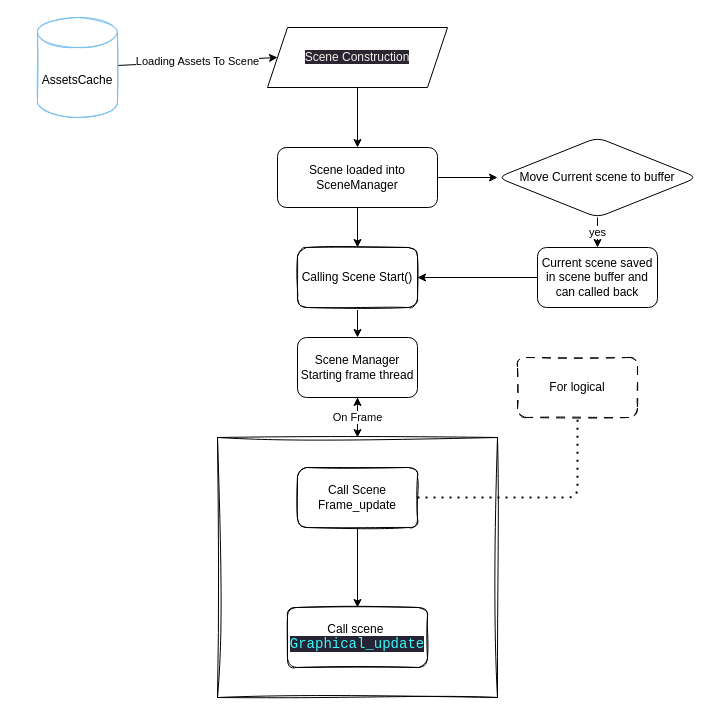
The draw.io diagram Docs/Sences.drawio in nadav26740/GamePI, before the edit. Source tidied: cells renumbered, new cells numbered last; positions are measured from the earlier drawing's top-left corner, leaving out a move shared by most shapes. Both pictures are drawn from the tidied source at 100%, with x=0, y=0 at pixel (37, 17).
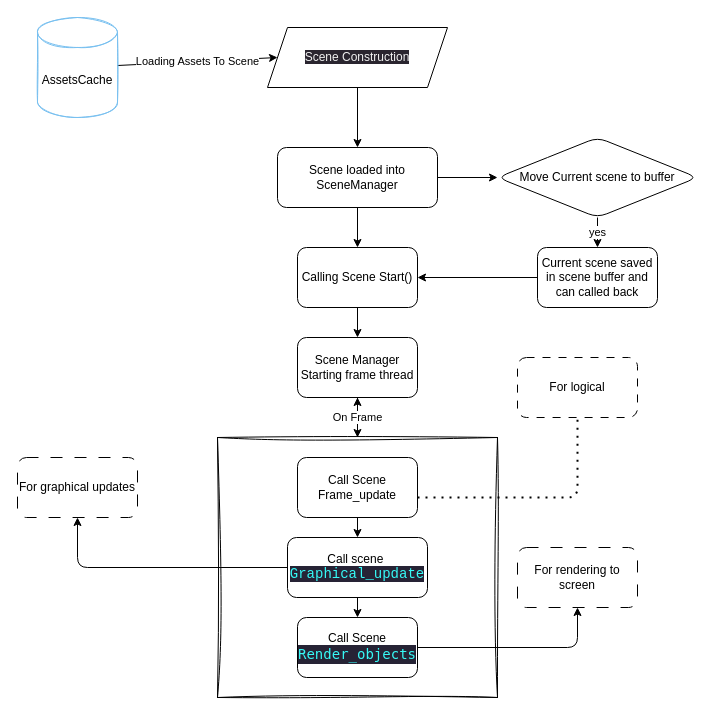
After the change.

Commit message (it also covers changes not shown here):
Scenes manager added better code quility and frame loader

Diff of the diagram source:
```diff
@@
-    <mxCell id="12" value="Call Scene Frame_update" style="rounded=1;whiteSpace=wrap;html=1;glass=0;sketch=1;" parent="1" vertex="1">
-      <mxGeometry x="260" y="450" width="120" height="60" as="geometry" />
+    <mxCell id="12" value="Call Scene Frame_update" style="rounded=1;whiteSpace=wrap;html=1;glass=0;" parent="1" vertex="1">
+      <mxGeometry x="260" y="440" width="120" height="60" as="geometry" />
     </mxCell>
@@
-    <mxCell id="14" value="Calling Scene Start()" style="rounded=1;whiteSpace=wrap;html=1;glass=0;sketch=1;" parent="1" vertex="1">
+    <mxCell id="14" value="Calling Scene Start()" style="rounded=1;whiteSpace=wrap;html=1;glass=0;" parent="1" vertex="1">
       <mxGeometry x="260" y="230" width="120" height="60" as="geometry" />
     </mxCell>
@@
-    <mxCell id="16" value="For logical" style="rounded=1;whiteSpace=wrap;html=1;glass=0;sketch=1;dashed=1;dashPattern=8 8;" parent="1" vertex="1">
+    <mxCell id="16" value="For logical" style="rounded=1;whiteSpace=wrap;html=1;glass=0;dashed=1;dashPattern=8 8;" parent="1" vertex="1">
       <mxGeometry x="480" y="340" width="120" height="60" as="geometry" />
     </mxCell>
@@
+    <mxCell id="24" style="edgeStyle=none;html=1;" parent="1" edge="1" source="23" target="27">
+      <mxGeometry relative="1" as="geometry" />
+    </mxCell>
+    <mxCell id="25" style="edgeStyle=none;html=1;" parent="1" edge="1" source="23" target="28">
+      <mxGeometry relative="1" as="geometry">
+        <Array as="points">
+          <mxPoint x="40" y="550" />
+        </Array>
+      </mxGeometry>
+    </mxCell>
-    <mxCell id="23" value="Call scene&amp;nbsp;&lt;br&gt;&lt;span style=&quot;color: rgb(54, 249, 246); background-color: rgb(38, 35, 53); font-family: Consolas, &amp;quot;Courier New&amp;quot;, monospace; font-size: 14px;&quot;&gt;Graphical_update&lt;/span&gt;" style="whiteSpace=wrap;html=1;rounded=1;glass=0;sketch=1;" parent="1" vertex="1">
-      <mxGeometry x="250" y="590" width="140" height="60" as="geometry" />
+    <mxCell id="23" value="Call scene&amp;nbsp;&lt;br&gt;&lt;span style=&quot;color: rgb(54, 249, 246); background-color: rgb(38, 35, 53); font-family: Consolas, &amp;quot;Courier New&amp;quot;, monospace; font-size: 14px;&quot;&gt;Graphical_update&lt;/span&gt;" style="whiteSpace=wrap;html=1;rounded=1;glass=0;" parent="1" vertex="1">
+      <mxGeometry x="250" y="520" width="140" height="60" as="geometry" />
     </mxCell>
+    <mxCell id="26" style="edgeStyle=none;html=1;" parent="1" edge="1" source="27">
+      <mxGeometry relative="1" as="geometry">
+        <mxPoint x="540" y="590" as="targetPoint" />
+        <Array as="points">
+          <mxPoint x="540" y="630" />
+        </Array>
+      </mxGeometry>
+    </mxCell>
+    <mxCell id="27" value="Call Scene&lt;br&gt;&lt;div style=&quot;color: rgb(187, 187, 187); background-color: rgb(38, 35, 53); font-family: &amp;quot;Fira Code&amp;quot;, Monaco, Consolas, &amp;quot;Courier New&amp;quot;, monospace; font-size: 14px; line-height: 19px; white-space: pre;&quot;&gt;&lt;span style=&quot;color: #36f9f6;&quot;&gt;Render_objects&lt;/span&gt;&lt;/div&gt;" style="whiteSpace=wrap;html=1;rounded=1;glass=0;" parent="1" vertex="1">
+      <mxGeometry x="260" y="600" width="120" height="60" as="geometry" />
+    </mxCell>
+    <mxCell id="28" value="For graphical updates" style="whiteSpace=wrap;html=1;rounded=1;glass=0;dashed=1;dashPattern=12 12;" parent="1" vertex="1">
+      <mxGeometry x="-20" y="440" width="120" height="60" as="geometry" />
+    </mxCell>
+    <mxCell id="29" value="For rendering to screen" style="whiteSpace=wrap;html=1;rounded=1;glass=0;dashed=1;dashPattern=12 12;" parent="1" vertex="1">
+      <mxGeometry x="480" y="530" width="120" height="60" as="geometry" />
+    </mxCell>
```
